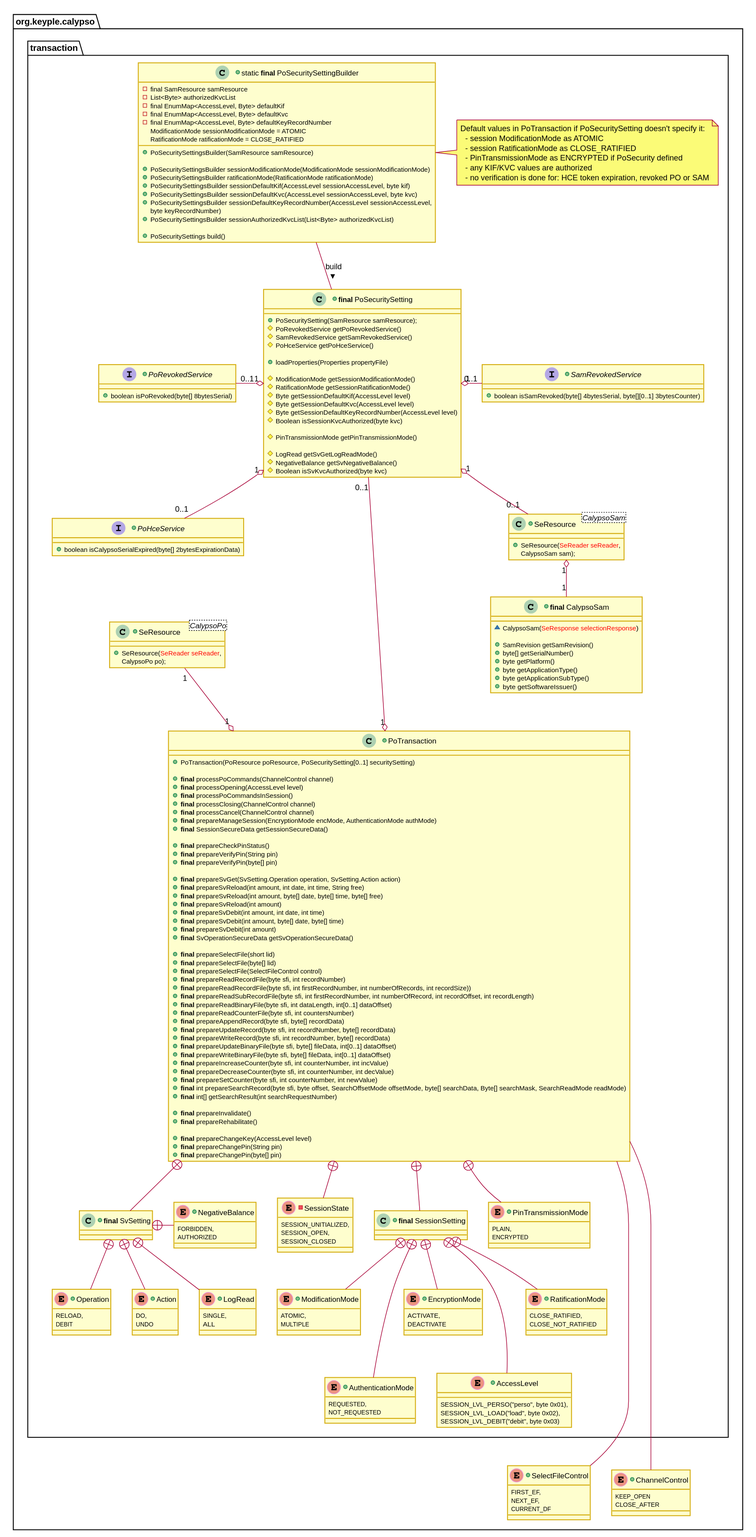
calypsonet/keyple keeps this PlantUML diagram as docs/KeypleCalypsoApi/ApplicationApi/img/KeypleCalypso_ApplicationApi_ClassDiag_Transaction_PoTransaction_0_9_0.svg. Above is the earlier version.
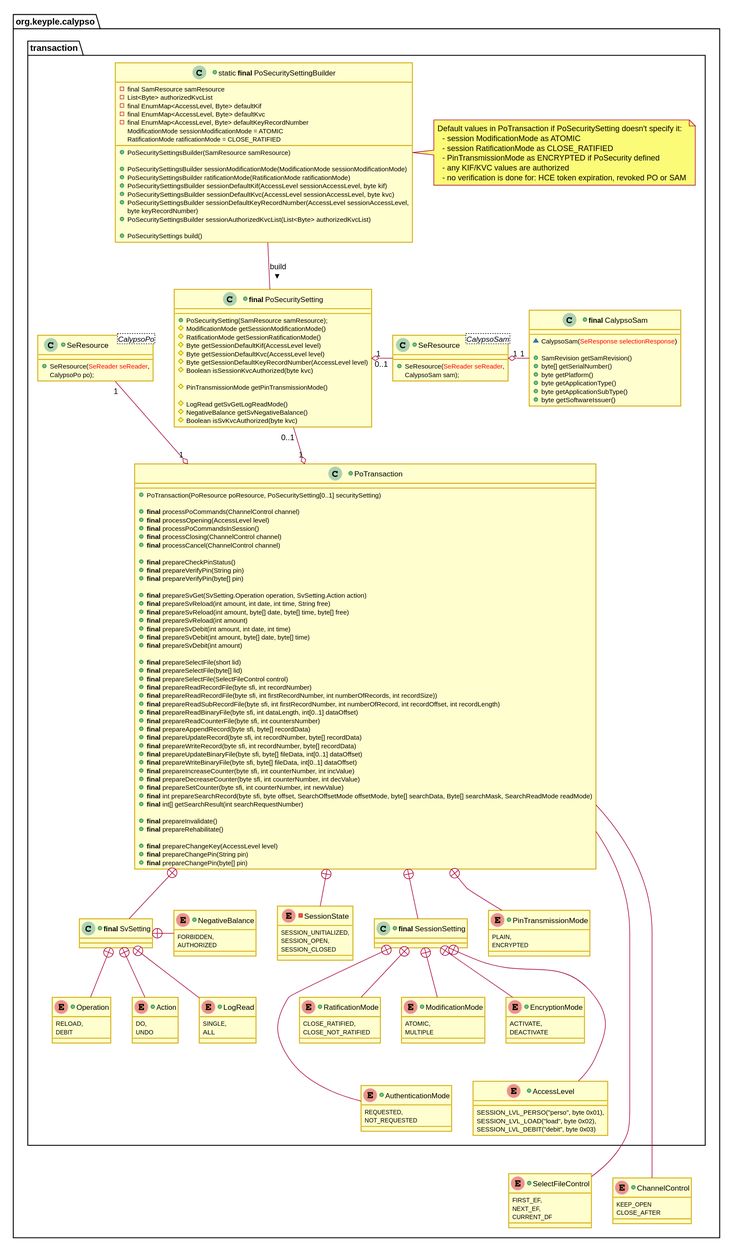
The same file after the commit.

What changed in the source:
```diff
@@ -27,69 +27,59 @@
 
 package org.keyple.calypso #FFFFFF {
   package transaction #FFFFFF {
++class "static <b>final</b> PoSecuritySettingBuilder" as PoSecuritySettingBuilder {
+  -final SamResource samResource
+  -List<Byte> authorizedKvcList
+  -final EnumMap<AccessLevel, Byte> defaultKif
+  -final EnumMap<AccessLevel, Byte> defaultKvc
+  -final EnumMap<AccessLevel, Byte> defaultKeyRecordNumber
+  ModificationMode sessionModificationMode = ATOMIC
+  RatificationMode ratificationMode = CLOSE_RATIFIED
 
-    +class "static <b>final</b> PoSecuritySettingBuilder" as PoSecuritySettingBuilder {
-      -final SamResource samResource
-      -List<Byte> authorizedKvcList
-      -final EnumMap<AccessLevel, Byte> defaultKif
-      -final EnumMap<AccessLevel, Byte> defaultKvc
-      -final EnumMap<AccessLevel, Byte> defaultKeyRecordNumber
-      ModificationMode sessionModificationMode = ATOMIC
-      RatificationMode ratificationMode = CLOSE_RATIFIED
+  +PoSecuritySettingsBuilder(SamResource samResource)
 
-      +PoSecuritySettingsBuilder(SamResource samResource)
+  +PoSecuritySettingsBuilder sessionModificationMode(ModificationMode sessionModificationMode)
+  +PoSecuritySettingsBuilder ratificationMode(RatificationMode ratificationMode)
+  +PoSecuritySettingsBuilder sessionDefaultKif(AccessLevel sessionAccessLevel, byte kif)
+  +PoSecuritySettingsBuilder sessionDefaultKvc(AccessLevel sessionAccessLevel, byte kvc)
+  +PoSecuritySettingsBuilder sessionDefaultKeyRecordNumber(AccessLevel sessionAccessLevel,
+    byte keyRecordNumber)
+  +PoSecuritySettingsBuilder sessionAuthorizedKvcList(List<Byte> authorizedKvcList)
 
-      +PoSecuritySettingsBuilder sessionModificationMode(ModificationMode sessionModificationMode)
-      +PoSecuritySettingsBuilder ratificationMode(RatificationMode ratificationMode)
-      +PoSecuritySettingsBuilder sessionDefaultKif(AccessLevel sessionAccessLevel, byte kif)
-      +PoSecuritySettingsBuilder sessionDefaultKvc(AccessLevel sessionAccessLevel, byte kvc)
-      +PoSecuritySettingsBuilder sessionDefaultKeyRecordNumber(AccessLevel sessionAccessLevel,
-        byte keyRecordNumber)
-      +PoSecuritySettingsBuilder sessionAuthorizedKvcList(List<Byte> authorizedKvcList)
+  +PoSecuritySettings build()
+}
 
-      +PoSecuritySettings build()
-    }
++class "<b>final</b> PoSecuritySetting" as PoSecuritySetting {
+  +PoSecuritySetting(SamResource samResource);
 
-    note as N1
-    Default values in PoTransaction if PoSecuritySetting doesn't specify it:
-      - session ModificationMode as ATOMIC
-      - session RatificationMode as CLOSE_RATIFIED
-      - PinTransmissionMode as ENCRYPTED if PoSecurity defined
-      - any KIF/KVC values are authorized
-      - no verification is done for: HCE token expiration, revoked PO or SAM
-    end note
+
+  #ModificationMode getSessionModificationMode()
+  #RatificationMode getSessionRatificationMode()
+  #Byte getSessionDefaultKif(AccessLevel level)
+  #Byte getSessionDefaultKvc(AccessLevel level)
+  #Byte getSessionDefaultKeyRecordNumber(AccessLevel level)
+  #Boolean isSessionKvcAuthorized(byte kvc)
+
+  #PinTransmissionMode getPinTransmissionMode()
+
+  #LogRead getSvGetLogReadMode()
+  #NegativeBalance getSvNegativeBalance()
+  #Boolean isSvKvcAuthorized(byte kvc)
+}
+
+note as N1
+Default values in PoTransaction if PoSecuritySetting doesn't specify it:
+  - session ModificationMode as ATOMIC
+  - session RatificationMode as CLOSE_RATIFIED
+  - PinTransmissionMode as ENCRYPTED if PoSecurity defined
+  - any KIF/KVC values are authorized
+  - no verification is done for: HCE token expiration, revoked PO or SAM
+end note
 
     PoSecuritySettingBuilder .right. N1
-
-    +class "<b>final</b> PoSecuritySetting" as PoSecuritySetting {
-      +PoSecuritySetting(SamResource samResource);
-      #PoRevokedService getPoRevokedService()
-      #SamRevokedService getSamRevokedService()
-      #PoHceService getPoHceService()
-
-      +loadProperties(Properties propertyFile)
-
-      #ModificationMode getSessionModificationMode()
-      #RatificationMode getSessionRatificationMode()
-      #Byte getSessionDefaultKif(AccessLevel level)
-      #Byte getSessionDefaultKvc(AccessLevel level)
-      #Byte getSessionDefaultKeyRecordNumber(AccessLevel level)
-      #Boolean isSessionKvcAuthorized(byte kvc)
-
-      #PinTransmissionMode getPinTransmissionMode()
-
-      #LogRead getSvGetLogReadMode()
-      #NegativeBalance getSvNegativeBalance()
-      #Boolean isSvKvcAuthorized(byte kvc)
-    }
-
     PoSecuritySettingBuilder -down- PoSecuritySetting : build >
 
     together {
-      +interface SamRevokedService {
-        +boolean isSamRevoked(byte[] 4bytesSerial, byte[][0..1] 3bytesCounter)
-      }
-
       +class "SeResource<CalypsoSam>" as SamResource {
         +SeResource(<color:red>SeReader seReader</color>,
           CalypsoSam sam);
@@ -106,153 +96,134 @@
         +byte getSoftwareIssuer()
       }
     }
-   PoSecuritySetting "1" o-right- "0..1" SamRevokedService
-   PoSecuritySetting "1 " o-right- " 0..1" SamResource
-   SamRevokedService -down[hidden]- SamResource
-   SamResource "1" o-down- "1" CalypsoSam
 
-    together {
-      +interface PoRevokedService {
-        +boolean isPoRevoked(byte[] 8bytesSerial)
-      }
+    PoSecuritySetting "1 " o-right- " 0..1" SamResource
+    SamResource "1" o- "1" CalypsoSam
 
-      +interface PoHceService {
-        +boolean isCalypsoSerialExpired(byte[] 2bytesExpirationData)
-      }
-
-      +class "SeResource<CalypsoPo>" as PoResource {
-        +SeResource(<color:red>SeReader seReader</color>,
-          CalypsoPo po);
-      }
-    }
-    PoRevokedService "0..1" -right-o "1" PoSecuritySetting
-    PoHceService "0..1 " -right-o " 1" PoSecuritySetting
-    PoRevokedService -down[hidden]- PoHceService
-    PoHceService -down[hidden]- PoResource
-
-    +class PoTransaction {
-      +PoTransaction(PoResource poResource, PoSecuritySetting[0..1] securitySetting)
-
-      +<b>final</b> processPoCommands(ChannelControl channel)
-      +<b>final</b> processOpening(AccessLevel level)
-      +<b>final</b> processPoCommandsInSession()
-      +<b>final</b> processClosing(ChannelControl channel)
-      +<b>final</b> processCancel(ChannelControl channel)
-      +<b>final</b> prepareManageSession(EncryptionMode encMode, AuthenticationMode authMode)
-      +<b>final</b> SessionSecureData getSessionSecureData()
-
-      +<b>final</b> prepareCheckPinStatus()
-      +<b>final</b> prepareVerifyPin(String pin)
-      +<b>final</b> prepareVerifyPin(byte[] pin)
-
-      +<b>final</b> prepareSvGet(SvSetting.Operation operation, SvSetting.Action action)
-      +<b>final</b> prepareSvReload(int amount, int date, int time, String free)
-      +<b>final</b> prepareSvReload(int amount, byte[] date, byte[] time, byte[] free)
-      +<b>final</b> prepareSvReload(int amount)
-      +<b>final</b> prepareSvDebit(int amount, int date, int time)
-      +<b>final</b> prepareSvDebit(int amount, byte[] date, byte[] time)
-      +<b>final</b> prepareSvDebit(int amount)
-      +<b>final</b> SvOperationSecureData getSvOperationSecureData()
-
-      +<b>final</b> prepareSelectFile(short lid)
-      +<b>final</b> prepareSelectFile(byte[] lid)
-      +<b>final</b> prepareSelectFile(SelectFileControl control)
-      +<b>final</b> prepareReadRecordFile(byte sfi, int recordNumber)
-      +<b>final</b> prepareReadRecordFile(byte sfi, int firstRecordNumber, int numberOfRecords, int recordSize))
-      +<b>final</b> prepareReadSubRecordFile(byte sfi, int firstRecordNumber, int numberOfRecord, int recordOffset, int recordLength)
-      +<b>final</b> prepareReadBinaryFile(byte sfi, int dataLength, int[0..1] dataOffset)
-      +<b>final</b> prepareReadCounterFile(byte sfi, int countersNumber)
-      +<b>final</b> prepareAppendRecord(byte sfi, byte[] recordData)
-      +<b>final</b> prepareUpdateRecord(byte sfi, int recordNumber, byte[] recordData)
-      +<b>final</b> prepareWriteRecord(byte sfi, int recordNumber, byte[] recordData)
-      +<b>final</b> prepareUpdateBinaryFile(byte sfi, byte[] fileData, int[0..1] dataOffset)
-      +<b>final</b> prepareWriteBinaryFile(byte sfi, byte[] fileData, int[0..1] dataOffset)
-      +<b>final</b> prepareIncreaseCounter(byte sfi, int counterNumber, int incValue)
-      +<b>final</b> prepareDecreaseCounter(byte sfi, int counterNumber, int decValue)
-      +<b>final</b> prepareSetCounter(byte sfi, int counterNumber, int newValue)
-      +<b>final</b> int prepareSearchRecord(byte sfi, byte offset, SearchOffsetMode offsetMode, byte[] searchData, Byte[] searchMask, SearchReadMode readMode)
-      +<b>final</b> int[] getSearchResult(int searchRequestNumber)
-
-      +<b>final</b> prepareInvalidate()
-      +<b>final</b> prepareRehabilitate()
-
-      +<b>final</b> prepareChangeKey(AccessLevel level)
-      +<b>final</b> prepareChangePin(String pin)
-      +<b>final</b> prepareChangePin(byte[] pin)
+    +class "SeResource<CalypsoPo>" as PoResource {
+      +SeResource(<color:red>SeReader seReader</color>,
+        CalypsoPo po);
     }
 
-    -enum SessionState {
-      SESSION_UNITIALIZED,
-      SESSION_OPEN,
-      SESSION_CLOSED
-    }
++class PoTransaction {
+  +PoTransaction(PoResource poResource, PoSecuritySetting[0..1] securitySetting)
 
-    +class "<b>final</b> SessionSetting" as SessionSetting {
-    }
+  +<b>final</b> processPoCommands(ChannelControl channel)
+  +<b>final</b> processOpening(AccessLevel level)
+  +<b>final</b> processPoCommandsInSession()
+  +<b>final</b> processClosing(ChannelControl channel)
+  +<b>final</b> processCancel(ChannelControl channel)
 
-    +enum AccessLevel {
-      SESSION_LVL_PERSO("perso", byte 0x01),
-      SESSION_LVL_LOAD("load", byte 0x02),
-      SESSION_LVL_DEBIT("debit", byte 0x03)
-    }
+  +<b>final</b> prepareCheckPinStatus()
+  +<b>final</b> prepareVerifyPin(String pin)
+  +<b>final</b> prepareVerifyPin(byte[] pin)
 
-    +enum ModificationMode {
-      ATOMIC,
-      MULTIPLE
-    }
+  +<b>final</b> prepareSvGet(SvSetting.Operation operation, SvSetting.Action action)
+  +<b>final</b> prepareSvReload(int amount, int date, int time, String free)
+  +<b>final</b> prepareSvReload(int amount, byte[] date, byte[] time, byte[] free)
+  +<b>final</b> prepareSvReload(int amount)
+  +<b>final</b> prepareSvDebit(int amount, int date, int time)
+  +<b>final</b> prepareSvDebit(int amount, byte[] date, byte[] time)
+  +<b>final</b> prepareSvDebit(int amount)
 
-    +enum RatificationMode {
-      CLOSE_RATIFIED,
-      CLOSE_NOT_RATIFIED
-    }
+  +<b>final</b> prepareSelectFile(short lid)
+  +<b>final</b> prepareSelectFile(byte[] lid)
+  +<b>final</b> prepareSelectFile(SelectFileControl control)
+  +<b>final</b> prepareReadRecordFile(byte sfi, int recordNumber)
+  +<b>final</b> prepareReadRecordFile(byte sfi, int firstRecordNumber, int numberOfRecords, int recordSize))
+  +<b>final</b> prepareReadSubRecordFile(byte sfi, int firstRecordNumber, int numberOfRecord, int recordOffset, int recordLength)
+  +<b>final</b> prepareReadBinaryFile(byte sfi, int dataLength, int[0..1] dataOffset)
+  +<b>final</b> prepareReadCounterFile(byte sfi, int countersNumber)
+  +<b>final</b> prepareAppendRecord(byte sfi, byte[] recordData)
+  +<b>final</b> prepareUpdateRecord(byte sfi, int recordNumber, byte[] recordData)
+  +<b>final</b> prepareWriteRecord(byte sfi, int recordNumber, byte[] recordData)
+  +<b>final</b> prepareUpdateBinaryFile(byte sfi, byte[] fileData, int[0..1] dataOffset)
+  +<b>final</b> prepareWriteBinaryFile(byte sfi, byte[] fileData, int[0..1] dataOffset)
+  +<b>final</b> prepareIncreaseCounter(byte sfi, int counterNumber, int incValue)
+  +<b>final</b> prepareDecreaseCounter(byte sfi, int counterNumber, int decValue)
+  +<b>final</b> prepareSetCounter(byte sfi, int counterNumber, int newValue)
+  +<b>final</b> int prepareSearchRecord(byte sfi, byte offset, SearchOffsetMode offsetMode, byte[] searchData, Byte[] searchMask, SearchReadMode readMode)
+  +<b>final</b> int[] getSearchResult(int searchRequestNumber)
 
-    +enum EncryptionMode {
-      ACTIVATE,
-      DEACTIVATE
-    }
+  +<b>final</b> prepareInvalidate()
+  +<b>final</b> prepareRehabilitate()
 
-    +enum AuthenticationMode {
-      REQUESTED,
-      NOT_REQUESTED
-    }
+  +<b>final</b> prepareChangeKey(AccessLevel level)
+  +<b>final</b> prepareChangePin(String pin)
+  +<b>final</b> prepareChangePin(byte[] pin)
+}
+-enum SessionState {
+  SESSION_UNITIALIZED,
+  SESSION_OPEN,
+  SESSION_CLOSED
+}
 
-    +enum PinTransmissionMode {
-      PLAIN,
-      ENCRYPTED
-    }
++class "<b>final</b> SessionSetting" as SessionSetting {
+}
 
-    together {
-      +class "<b>final</b> SvSetting" as SvSetting {
-      }
++enum AccessLevel {
+  SESSION_LVL_PERSO("perso", byte 0x01),
+  SESSION_LVL_LOAD("load", byte 0x02),
+  SESSION_LVL_DEBIT("debit", byte 0x03)
+}
 
-      +enum Operation {
-        RELOAD,
-        DEBIT
-      }
++enum ModificationMode {
+  ATOMIC,
+  MULTIPLE
+}
 
-      +enum Action {
-        DO,
-        UNDO
-      }
++enum RatificationMode {
+  CLOSE_RATIFIED,
+  CLOSE_NOT_RATIFIED
+}
 
-      +enum LogRead {
-        SINGLE,
-        ALL
-      }
++enum EncryptionMode {
+  ACTIVATE,
+  DEACTIVATE
+}
 
-      +enum NegativeBalance {
-        FORBIDDEN,
-        AUTHORIZED
-      }
++enum AuthenticationMode {
+  REQUESTED,
+  NOT_REQUESTED
+}
 
-      SvSetting +-down- Operation
-      SvSetting +-down- Action
-      SvSetting +-down- LogRead
-      SvSetting +-right- NegativeBalance
-    }
++enum PinTransmissionMode {
+  PLAIN,
+  ENCRYPTED
+}
 
+together {
+  +class "<b>final</b> SvSetting" as SvSetting {
+  }
+
+  +enum Operation {
+    RELOAD,
+    DEBIT
+  }
+
+  +enum Action {
+    DO,
+    UNDO
+  }
+
+  +enum LogRead {
+    SINGLE,
+    ALL
+  }
+
+  +enum NegativeBalance {
+    FORBIDDEN,
+    AUTHORIZED
+  }
+}
+
+    SvSetting +-down- Operation
+    SvSetting +-down- Action
+    SvSetting +-down- LogRead
+    SvSetting +-right- NegativeBalance
 
     PoResource "1" --o "1" PoTransaction
+    PoResource -right[hidden]- PoSecuritySetting
     PoTransaction "1" o-up- "0..1" PoSecuritySetting
 
     PoTransaction +-down- SessionState
@@ -266,8 +237,7 @@
     SessionSetting +-- AuthenticationMode
     ModificationMode -down[hidden]- AuthenticationMode
 
-     PoTransaction +-down- PinTransmissionMode
-
+    PoTransaction +-down- PinTransmissionMode
     PoTransaction +-down- SvSetting
 
     SessionState -right[hidden]- SessionSetting
@@ -275,21 +245,19 @@
     PinTransmissionMode -right[hidden]- SvSetting
   }
 
-  +enum SelectFileControl {
-    FIRST_EF,
-    NEXT_EF,
-    CURRENT_DF
-  }
++enum SelectFileControl {
+  FIRST_EF,
+  NEXT_EF,
+  CURRENT_DF
+}
 
-  +enum ChannelControl {
-	KEEP_OPEN
-	CLOSE_AFTER
-  }
-
++enum ChannelControl {
+  KEEP_OPEN
+  CLOSE_AFTER
+}
   PoTransaction -- SelectFileControl
   PoTransaction -- ChannelControl
   AuthenticationMode -down[hidden]- SelectFileControl
   ChannelControl -left[hidden]- SelectFileControl
 }
-
 @enduml
```
